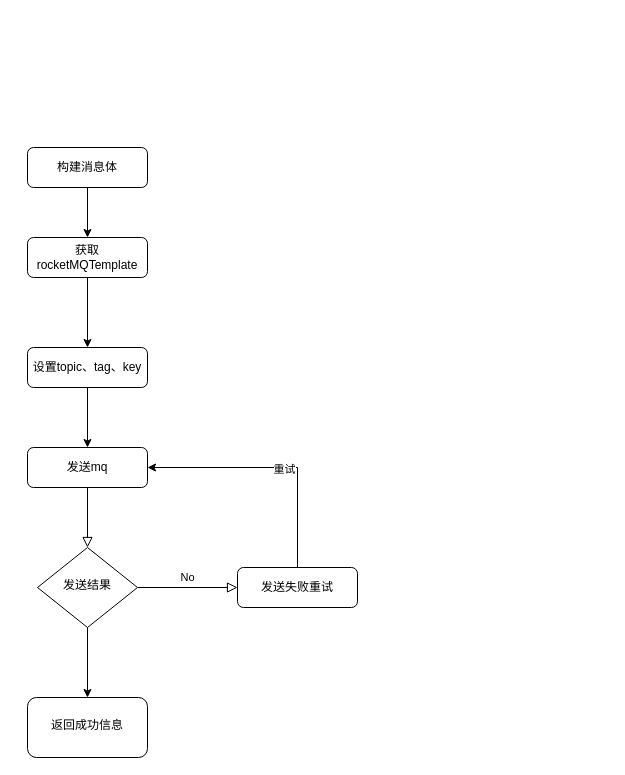
Above: rocketmq.drawio in yuanzhizhang/yuanzhizhang (draw.io), before the change. Source tidied: cells renumbered, new cells numbered last; positions are measured from the earlier drawing's top-left corner, leaving out a move shared by most shapes. Both pictures are drawn from the tidied source at 100%, with x=0, y=0 at pixel (27, 147).
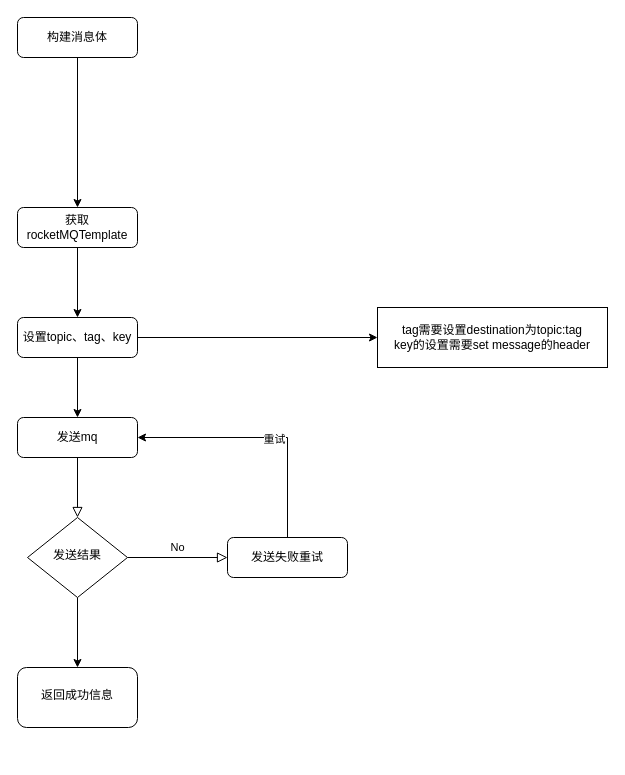
Above is the later version.

The edit, as a diff of the source:
```diff
@@
-    <mxCell id="2" style="group;" parent="1" vertex="1">
-      <mxGeometry width="330" height="610" as="geometry" />
-    </mxCell>
-    <mxCell id="3" style="rounded=0;html=1;jettySize=auto;fontSize=11;endArrow=block;endFill=0;endSize=8;strokeWidth=1;shadow=0;labelBackgroundColor=none;edgeStyle=orthogonalEdgeStyle;" parent="2" edge="1" source="4" target="7">
+    <mxCell id="3" style="rounded=0;html=1;jettySize=auto;fontSize=11;endArrow=block;endFill=0;endSize=8;strokeWidth=1;shadow=0;labelBackgroundColor=none;edgeStyle=orthogonalEdgeStyle;" parent="1" edge="1" source="4" target="7">
       <mxGeometry relative="1" as="geometry" />
     </mxCell>
-    <mxCell id="4" value="发送mq" style="rounded=1;whiteSpace=wrap;html=1;fontSize=12;glass=0;strokeWidth=1;shadow=0;" parent="2" vertex="1">
-      <mxGeometry y="300" width="120" height="40" as="geometry" />
+    <mxCell id="4" value="发送mq" style="rounded=1;whiteSpace=wrap;html=1;fontSize=12;glass=0;strokeWidth=1;shadow=0;" parent="1" vertex="1">
+      <mxGeometry x="-10" y="270" width="120" height="40" as="geometry" />
     </mxCell>
-    <mxCell id="5" value="No" style="edgeStyle=orthogonalEdgeStyle;rounded=0;html=1;jettySize=auto;fontSize=11;endArrow=block;endFill=0;endSize=8;strokeWidth=1;shadow=0;labelBackgroundColor=none;" parent="2" edge="1" source="7" target="10">
+    <mxCell id="5" value="No" style="edgeStyle=orthogonalEdgeStyle;rounded=0;html=1;jettySize=auto;fontSize=11;endArrow=block;endFill=0;endSize=8;strokeWidth=1;shadow=0;labelBackgroundColor=none;" parent="1" edge="1" source="7" target="10">
       <mxGeometry y="10" relative="1" as="geometry" />
     </mxCell>
-    <mxCell id="6" style="edgeStyle=orthogonalEdgeStyle;rounded=0;jettySize=auto;html=1;" parent="2" edge="1" source="7" target="18">
+    <mxCell id="6" style="edgeStyle=orthogonalEdgeStyle;rounded=0;jettySize=auto;html=1;" parent="1" edge="1" source="7" target="18">
       <mxGeometry relative="1" as="geometry" />
     </mxCell>
-    <mxCell id="7" value="发送结果" style="rhombus;whiteSpace=wrap;html=1;shadow=0;fontFamily=Helvetica;fontSize=12;align=center;strokeWidth=1;spacing=6;spacingTop=-4;" parent="2" vertex="1">
-      <mxGeometry x="10" y="400" width="100" height="80" as="geometry" />
+    <mxCell id="7" value="发送结果" style="rhombus;whiteSpace=wrap;html=1;shadow=0;fontFamily=Helvetica;fontSize=12;align=center;strokeWidth=1;spacing=6;spacingTop=-4;" parent="1" vertex="1">
+      <mxGeometry y="370" width="100" height="80" as="geometry" />
     </mxCell>
-    <mxCell id="8" style="edgeStyle=orthogonalEdgeStyle;rounded=0;jettySize=auto;html=1;entryX=1;entryY=0.5;entryDx=0;entryDy=0;" parent="2" edge="1" source="10" target="4">
+    <mxCell id="8" style="edgeStyle=orthogonalEdgeStyle;rounded=0;jettySize=auto;html=1;entryX=1;entryY=0.5;entryDx=0;entryDy=0;" parent="1" edge="1" source="10" target="4">
       <mxGeometry relative="1" as="geometry">
         <Array as="points">
-          <mxPoint x="270" y="320" />
+          <mxPoint x="260" y="290" />
         </Array>
       </mxGeometry>
     </mxCell>
@@
-    <mxCell id="10" value="发送失败重试" style="rounded=1;whiteSpace=wrap;html=1;fontSize=12;glass=0;strokeWidth=1;shadow=0;" parent="2" vertex="1">
-      <mxGeometry x="210" y="420" width="120" height="40" as="geometry" />
+    <mxCell id="10" value="发送失败重试" style="rounded=1;whiteSpace=wrap;html=1;fontSize=12;glass=0;strokeWidth=1;shadow=0;" parent="1" vertex="1">
+      <mxGeometry x="200" y="390" width="120" height="40" as="geometry" />
     </mxCell>
-    <mxCell id="11" style="edgeStyle=orthogonalEdgeStyle;rounded=0;jettySize=auto;html=1;" parent="2" edge="1" source="12" target="14">
+    <mxCell id="11" style="edgeStyle=orthogonalEdgeStyle;rounded=0;jettySize=auto;html=1;" parent="1" edge="1" source="12" target="14">
       <mxGeometry relative="1" as="geometry" />
     </mxCell>
-    <mxCell id="12" value="构建消息体" style="rounded=1;whiteSpace=wrap;html=1;fontSize=12;glass=0;strokeWidth=1;shadow=0;" parent="2" vertex="1">
-      <mxGeometry width="120" height="40" as="geometry" />
+    <mxCell id="12" value="构建消息体" style="rounded=1;whiteSpace=wrap;html=1;fontSize=12;glass=0;strokeWidth=1;shadow=0;" parent="1" vertex="1">
+      <mxGeometry x="-10" y="-130" width="120" height="40" as="geometry" />
     </mxCell>
-    <mxCell id="13" style="edgeStyle=orthogonalEdgeStyle;rounded=0;jettySize=auto;html=1;" parent="2" edge="1" source="14" target="16">
+    <mxCell id="13" style="edgeStyle=orthogonalEdgeStyle;rounded=0;jettySize=auto;html=1;" parent="1" edge="1" source="14" target="16">
       <mxGeometry relative="1" as="geometry" />
     </mxCell>
-    <mxCell id="14" value="获取rocketMQTemplate" style="rounded=1;whiteSpace=wrap;html=1;fontSize=12;glass=0;strokeWidth=1;shadow=0;" parent="2" vertex="1">
-      <mxGeometry y="90" width="120" height="40" as="geometry" />
+    <mxCell id="14" value="获取rocketMQTemplate" style="rounded=1;whiteSpace=wrap;html=1;fontSize=12;glass=0;strokeWidth=1;shadow=0;" parent="1" vertex="1">
+      <mxGeometry x="-10" y="60" width="120" height="40" as="geometry" />
     </mxCell>
-    <mxCell id="15" style="edgeStyle=orthogonalEdgeStyle;rounded=0;jettySize=auto;html=1;" parent="2" edge="1" source="16" target="4">
+    <mxCell id="15" style="edgeStyle=orthogonalEdgeStyle;rounded=0;jettySize=auto;html=1;" parent="1" edge="1" source="16" target="4">
       <mxGeometry relative="1" as="geometry" />
     </mxCell>
+    <mxCell id="19" style="edgeStyle=orthogonalEdgeStyle;rounded=0;jettySize=auto;html=1;" parent="1" edge="1" source="16" target="20">
+      <mxGeometry relative="1" as="geometry" />
+    </mxCell>
-    <mxCell id="16" value="设置topic、tag、key" style="rounded=1;whiteSpace=wrap;html=1;fontSize=12;glass=0;strokeWidth=1;shadow=0;" parent="2" vertex="1">
-      <mxGeometry y="200" width="120" height="40" as="geometry" />
+    <mxCell id="16" value="设置topic、tag、key" style="rounded=1;whiteSpace=wrap;html=1;fontSize=12;glass=0;strokeWidth=1;shadow=0;" parent="1" vertex="1">
+      <mxGeometry x="-10" y="170" width="120" height="40" as="geometry" />
     </mxCell>
-    <mxCell id="17" style="edgeStyle=orthogonalEdgeStyle;rounded=0;orthogonalLoop=1;jettySize=auto;html=1;exitX=0.5;exitY=1;exitDx=0;exitDy=0;" parent="2" edge="1" source="16" target="16">
+    <mxCell id="17" style="edgeStyle=orthogonalEdgeStyle;rounded=0;orthogonalLoop=1;jettySize=auto;html=1;exitX=0.5;exitY=1;exitDx=0;exitDy=0;" parent="1" edge="1" source="16" target="16">
       <mxGeometry relative="1" as="geometry" />
     </mxCell>
-    <mxCell id="18" value="返回成功信息" style="rounded=1;whiteSpace=wrap;html=1;shadow=0;strokeWidth=1;spacing=6;spacingTop=-4;" parent="2" vertex="1">
-      <mxGeometry y="550" width="120" height="60" as="geometry" />
+    <mxCell id="18" value="返回成功信息" style="rounded=1;whiteSpace=wrap;html=1;shadow=0;strokeWidth=1;spacing=6;spacingTop=-4;" parent="1" vertex="1">
+      <mxGeometry x="-10" y="520" width="120" height="60" as="geometry" />
     </mxCell>
+    <mxCell id="20" value="tag需要设置destination为topic:tag&lt;br&gt;key的设置需要set message的header" style="rounded=1;whiteSpace=wrap;html=1;fontSize=12;glass=0;strokeWidth=1;shadow=0;arcSize=0;" parent="1" vertex="1">
+      <mxGeometry x="350" y="160" width="230" height="60" as="geometry" />
+    </mxCell>
```
